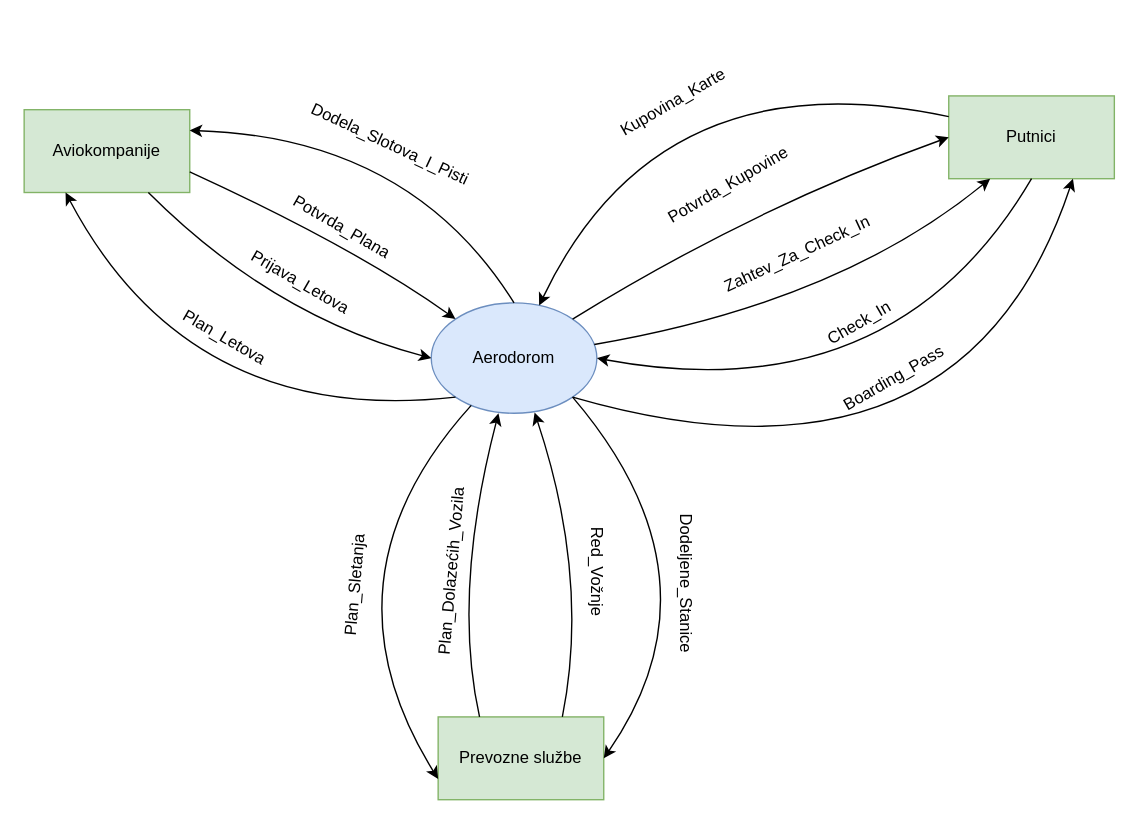
Above: page "Page-1" (1 of 7) of AerodromIIS.drawio in ssavic14322rn/Aerodrom_IIS (draw.io), before the change. Source tidied: cells renumbered, new cells numbered last; positions are measured from the earlier drawing's top-left corner, leaving out a move shared by most shapes. Both pictures are drawn from the tidied source at 138%, with x=0, y=0 at pixel (23, 54).
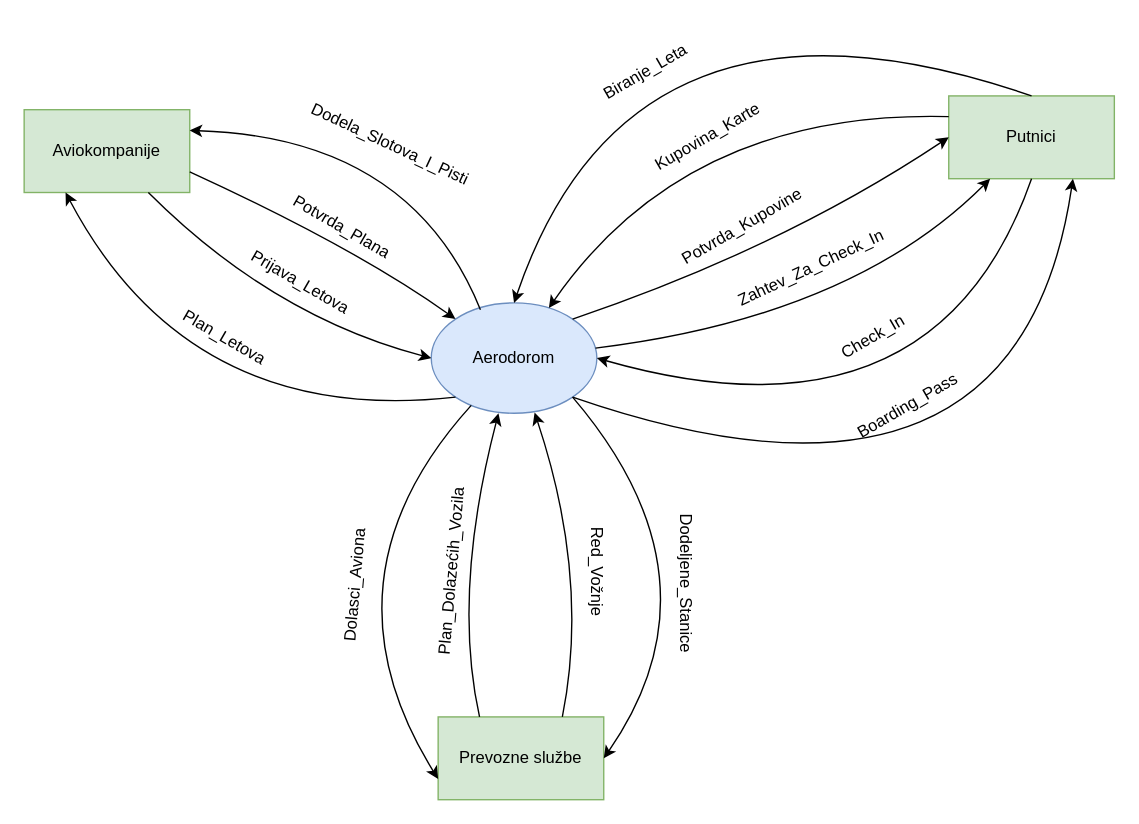
The same page after the edit.

Unchanged cells that the change refers to:
```xml
<mxCell id="2" value="Aerodorom" style="ellipse;whiteSpace=wrap;html=1;fillColor=#dae8fc;strokeColor=#6c8ebf;" parent="1" vertex="1">
  <mxGeometry x="295" y="180" width="120" height="80" as="geometry" />
</mxCell>
<mxCell id="3" value="Aviokompanije" style="rounded=0;whiteSpace=wrap;html=1;fillColor=#d5e8d4;strokeColor=#82b366;" parent="1" vertex="1">
  <mxGeometry y="40" width="120" height="60" as="geometry" />
</mxCell>
<mxCell id="4" value="Putnici" style="rounded=0;whiteSpace=wrap;html=1;fillColor=#d5e8d4;strokeColor=#82b366;" parent="1" vertex="1">
  <mxGeometry x="670" y="30" width="120" height="60" as="geometry" />
</mxCell>
```

What changed in the source:
```diff
@@
     <mxCell id="6" style="curved=1;endArrow=classic;html=1;rounded=0;exitX=0;exitY=0.25;exitDx=0;exitDy=0;" parent="1" edge="1" source="4" target="2">
       <mxGeometry relative="1" as="geometry">
         <Array as="points">
-          <mxPoint x="460" />
+          <mxPoint x="480" y="40" />
         </Array>
       </mxGeometry>
     </mxCell>
     <mxCell id="7" style="curved=1;endArrow=classic;html=1;rounded=0;entryX=0;entryY=0.5;entryDx=0;entryDy=0;exitX=1;exitY=0;exitDx=0;exitDy=0;" parent="1" edge="1" source="2" target="4">
       <mxGeometry relative="1" as="geometry">
         <Array as="points">
-          <mxPoint x="530" y="110" />
+          <mxPoint x="550" y="140" />
         </Array>
       </mxGeometry>
     </mxCell>
-    <mxCell id="8" style="curved=1;endArrow=classic;html=1;rounded=0;entryX=1;entryY=0.25;entryDx=0;entryDy=0;exitX=0.5;exitY=0;exitDx=0;exitDy=0;" parent="1" edge="1" source="2" target="3">
+    <mxCell id="8" style="curved=1;endArrow=classic;html=1;rounded=0;entryX=1;entryY=0.25;entryDx=0;entryDy=0;exitX=0.297;exitY=0.061;exitDx=0;exitDy=0;exitPerimeter=0;" parent="1" edge="1" source="2" target="3">
       <mxGeometry relative="1" as="geometry">
         <Array as="points">
           <mxPoint x="280" y="60" />
         </Array>
       </mxGeometry>
     </mxCell>
@@
     <mxCell id="13" style="curved=1;endArrow=classic;html=1;rounded=0;entryX=1;entryY=0.5;entryDx=0;entryDy=0;exitX=0.5;exitY=1;exitDx=0;exitDy=0;" parent="1" edge="1" source="4" target="2">
       <mxGeometry relative="1" as="geometry">
         <Array as="points">
-          <mxPoint x="630" y="260" />
+          <mxPoint x="660" y="290" />
         </Array>
       </mxGeometry>
     </mxCell>
@@
-    <mxCell id="17" value="Plan_Sletanja" style="text;html=1;align=center;verticalAlign=middle;strokeColor=none;fillColor=none;rotation=-85;" parent="1" vertex="1">
-      <mxGeometry x="190" y="370" width="100" height="30" as="geometry" />
+    <mxCell id="17" value="Dolasci_Aviona" style="text;html=1;align=center;verticalAlign=middle;strokeColor=none;fillColor=none;rotation=-85;" parent="1" vertex="1">
+      <mxGeometry x="185" y="370" width="110" height="30" as="geometry" />
     </mxCell>
     <mxCell id="18" value="Kupovina_Karte" style="text;html=1;align=center;verticalAlign=middle;strokeColor=none;fillColor=none;rotation=-30;" parent="1" vertex="1">
-      <mxGeometry x="415" y="20" width="110" height="30" as="geometry" />
+      <mxGeometry x="440" y="45" width="110" height="30" as="geometry" />
     </mxCell>
     <mxCell id="19" value="Check_In" style="text;html=1;align=center;verticalAlign=middle;strokeColor=none;fillColor=none;rotation=-30;" parent="1" vertex="1">
-      <mxGeometry x="570" y="180" width="70" height="30" as="geometry" />
+      <mxGeometry x="580" y="190" width="70" height="30" as="geometry" />
     </mxCell>
     <mxCell id="20" value="Potvrda_Kupovine" style="text;html=1;align=center;verticalAlign=middle;strokeColor=none;fillColor=none;rotation=-30;" parent="1" vertex="1">
-      <mxGeometry x="450" y="80" width="120" height="30" as="geometry" />
+      <mxGeometry x="460" y="110" width="120" height="30" as="geometry" />
     </mxCell>
     <mxCell id="21" style="curved=1;endArrow=classic;html=1;rounded=0;entryX=0.75;entryY=1;entryDx=0;entryDy=0;exitX=1;exitY=1;exitDx=0;exitDy=0;" parent="1" edge="1" source="2" target="4">
       <mxGeometry relative="1" as="geometry">
         <Array as="points">
-          <mxPoint x="680" y="330" />
+          <mxPoint x="720" y="360" />
         </Array>
       </mxGeometry>
     </mxCell>
     <mxCell id="22" value="Boarding_Pass" style="text;html=1;align=center;verticalAlign=middle;strokeColor=none;fillColor=none;rotation=-30;" parent="1" vertex="1">
-      <mxGeometry x="580" y="220" width="100" height="30" as="geometry" />
+      <mxGeometry x="590" y="240" width="100" height="30" as="geometry" />
     </mxCell>
     <mxCell id="23" style="curved=1;endArrow=classic;html=1;rounded=0;entryX=0.25;entryY=1;entryDx=0;entryDy=0;" parent="1" edge="1" source="2" target="4">
       <mxGeometry relative="1" as="geometry">
         <Array as="points">
-          <mxPoint x="590" y="180" />
+          <mxPoint x="600" y="190" />
         </Array>
       </mxGeometry>
     </mxCell>
     <mxCell id="24" value="Zahtev_Za_Check_In" style="text;html=1;align=center;verticalAlign=middle;strokeColor=none;fillColor=none;rotation=-25;" parent="1" vertex="1">
-      <mxGeometry x="490" y="130" width="140" height="30" as="geometry" />
+      <mxGeometry x="500" y="140" width="140" height="30" as="geometry" />
     </mxCell>
@@
+    <mxCell id="32" style="curved=1;endArrow=classic;html=1;rounded=0;exitX=0.5;exitY=0;exitDx=0;exitDy=0;entryX=0.5;entryY=0;entryDx=0;entryDy=0;" parent="1" edge="1" source="4" target="2">
+      <mxGeometry relative="1" as="geometry">
+        <Array as="points">
+          <mxPoint x="440" y="-70" />
+        </Array>
+      </mxGeometry>
+    </mxCell>
+    <mxCell id="33" value="Biranje_Leta" style="text;html=1;align=center;verticalAlign=middle;strokeColor=none;fillColor=none;rotation=-30;" parent="1" vertex="1">
+      <mxGeometry x="405" y="-2" width="90" height="30" as="geometry" />
+    </mxCell>
```
